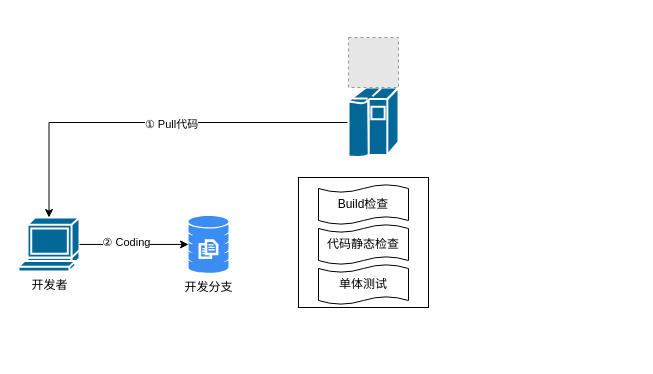
Earlier version of the draw.io diagram CodeCommitFlow.drawio (qxcjust/allkindsofArchitecture). Source tidied: cells renumbered, new cells numbered last; positions are measured from the earlier drawing's top-left corner, leaving out a move shared by most shapes. Both pictures are drawn from the tidied source at 100%, with x=0, y=0 at pixel (18, 37). Pictures stored in the file or linked from it are replaced by grey dashed boxes.
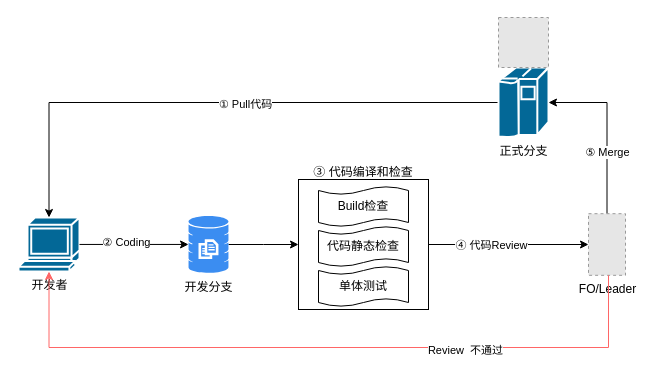
The same diagram, later.

The change refers to these unchanged cells:
```xml
<mxCell id="3" value="开发者" style="sketch=0;html=1;dashed=0;fillColor=#036897;strokeColor=#ffffff;strokeWidth=2;verticalLabelPosition=bottom;verticalAlign=top;align=center;outlineConnect=0;shape=mxgraph.cisco.computers_and_peripherals.terminal;" parent="1" vertex="1">
  <mxGeometry y="180" width="61" height="54" as="geometry" />
</mxCell>
<mxCell id="8" value="开发分支" style="sketch=0;html=1;strokeColor=none;shadow=0;fillColor=#3B8DF1;verticalAlign=top;labelPosition=center;verticalLabelPosition=bottom;shape=mxgraph.gcp2.database_3;" parent="1" vertex="1">
  <mxGeometry x="170" y="178.4" width="40" height="57.1" as="geometry" />
</mxCell>
```

Change to the diagram source:
```diff
@@
-    <mxCell id="2" style="whiteSpace=wrap;html=1;" parent="1" vertex="1">
-      <mxGeometry x="280" y="140" width="130" height="130" as="geometry" />
-    </mxCell>
@@
-    <mxCell id="6" style="sketch=0;html=1;dashed=0;fillColor=#036897;strokeColor=#ffffff;strokeWidth=2;verticalLabelPosition=bottom;verticalAlign=top;align=center;outlineConnect=0;shape=mxgraph.cisco.computers_and_peripherals.ibm_mainframe;" parent="1" vertex="1">
-      <mxGeometry x="330" y="50" width="50" height="70" as="geometry" />
+    <mxCell id="6" value="正式分支" style="sketch=0;html=1;dashed=0;fillColor=#036897;strokeColor=#ffffff;strokeWidth=2;verticalLabelPosition=bottom;verticalAlign=top;align=center;outlineConnect=0;shape=mxgraph.cisco.computers_and_peripherals.ibm_mainframe;" parent="1" vertex="1">
+      <mxGeometry x="480" y="30" width="50" height="70" as="geometry" />
     </mxCell>
     <mxCell id="7" style="fillColor=#E6E6E6;strokeColor=#999999;dashed=1;html=1;verticalAlign=top;verticalLabelPosition=bottom;labelBackgroundColor=#ffffff;" parent="1" vertex="1">
-      <mxGeometry x="330" width="50" height="50" as="geometry" />
+      <mxGeometry x="480" y="-20" width="50" height="50" as="geometry" />
     </mxCell>
+    <mxCell id="14" style="edgeStyle=orthogonalEdgeStyle;rounded=0;jettySize=auto;html=1;entryX=0;entryY=0.5;entryDx=0;entryDy=0;" parent="1" edge="1" source="8" target="2">
+      <mxGeometry relative="1" as="geometry" />
+    </mxCell>
@@
+    <mxCell id="15" style="group;" parent="1" vertex="1">
+      <mxGeometry x="280" y="142" width="130" height="130" as="geometry" />
+    </mxCell>
+    <mxCell id="2" style="whiteSpace=wrap;html=1;" parent="15" vertex="1">
+      <mxGeometry width="130" height="130" as="geometry" />
+    </mxCell>
-    <mxCell id="11" value="Build检查" style="shape=tape;whiteSpace=wrap;html=1;size=0.2;" parent="1" vertex="1">
-      <mxGeometry x="300" y="147" width="90" height="40" as="geometry" />
+    <mxCell id="11" value="Build检查" style="shape=tape;whiteSpace=wrap;html=1;size=0.2;" parent="15" vertex="1">
+      <mxGeometry x="20" y="7" width="90" height="40" as="geometry" />
     </mxCell>
-    <mxCell id="12" value="代码静态检查" style="shape=tape;whiteSpace=wrap;html=1;size=0.2;" parent="1" vertex="1">
-      <mxGeometry x="300" y="187" width="90" height="40" as="geometry" />
+    <mxCell id="12" value="代码静态检查" style="shape=tape;whiteSpace=wrap;html=1;size=0.2;" parent="15" vertex="1">
+      <mxGeometry x="20" y="47" width="90" height="40" as="geometry" />
     </mxCell>
-    <mxCell id="13" value="单体测试" style="shape=tape;whiteSpace=wrap;html=1;size=0.2;" parent="1" vertex="1">
-      <mxGeometry x="300" y="227" width="90" height="40" as="geometry" />
+    <mxCell id="13" value="单体测试" style="shape=tape;whiteSpace=wrap;html=1;size=0.2;" parent="15" vertex="1">
+      <mxGeometry x="20" y="87" width="90" height="40" as="geometry" />
     </mxCell>
+    <mxCell id="16" value="③ 代码编译和检查" style="text;html=1;whiteSpace=wrap;strokeColor=none;fillColor=none;align=center;verticalAlign=middle;rounded=0;" parent="1" vertex="1">
+      <mxGeometry x="280" y="120" width="130" height="30" as="geometry" />
+    </mxCell>
+    <mxCell id="17" style="edgeStyle=orthogonalEdgeStyle;rounded=0;jettySize=auto;html=1;exitX=0.5;exitY=0;exitDx=0;exitDy=0;entryX=1;entryY=0.5;entryDx=0;entryDy=0;entryPerimeter=0;" parent="1" edge="1" source="19" target="6">
+      <mxGeometry relative="1" as="geometry" />
+    </mxCell>
+    <mxCell id="18" value="⑤ Merge" style="edgeLabel;html=1;align=center;verticalAlign=middle;" parent="17" vertex="1">
+      <mxGeometry x="-0.27" relative="1" as="geometry" />
+    </mxCell>
+    <mxCell id="19" value="FO/Leader" style="fillColor=#E6E6E6;strokeColor=#999999;dashed=1;html=1;verticalAlign=top;verticalLabelPosition=bottom;labelBackgroundColor=#ffffff;" parent="1" vertex="1">
+      <mxGeometry x="570" y="176.2" width="37" height="61.6" as="geometry" />
+    </mxCell>
+    <mxCell id="20" style="edgeStyle=orthogonalEdgeStyle;rounded=0;jettySize=auto;html=1;" parent="1" edge="1" source="2" target="19">
+      <mxGeometry relative="1" as="geometry" />
+    </mxCell>
+    <mxCell id="21" value="④ 代码Review" style="edgeLabel;html=1;align=center;verticalAlign=middle;" parent="20" vertex="1">
+      <mxGeometry x="-0.22" relative="1" as="geometry" />
+    </mxCell>
+    <mxCell id="22" style="edgeStyle=orthogonalEdgeStyle;rounded=0;jettySize=auto;html=1;entryX=0.5;entryY=1;entryDx=0;entryDy=0;entryPerimeter=0;strokeColor=#FF6666;" parent="1" edge="1" source="19" target="3">
+      <mxGeometry relative="1" as="geometry">
+        <Array as="points">
+          <mxPoint x="590" y="310" />
+          <mxPoint x="30" y="310" />
+        </Array>
+      </mxGeometry>
+    </mxCell>
+    <mxCell id="23" value="Review&amp;nbsp; 不通过" style="edgeLabel;html=1;align=center;verticalAlign=middle;" parent="22" vertex="1">
+      <mxGeometry x="-0.39" y="2" relative="1" as="geometry" />
+    </mxCell>
```
